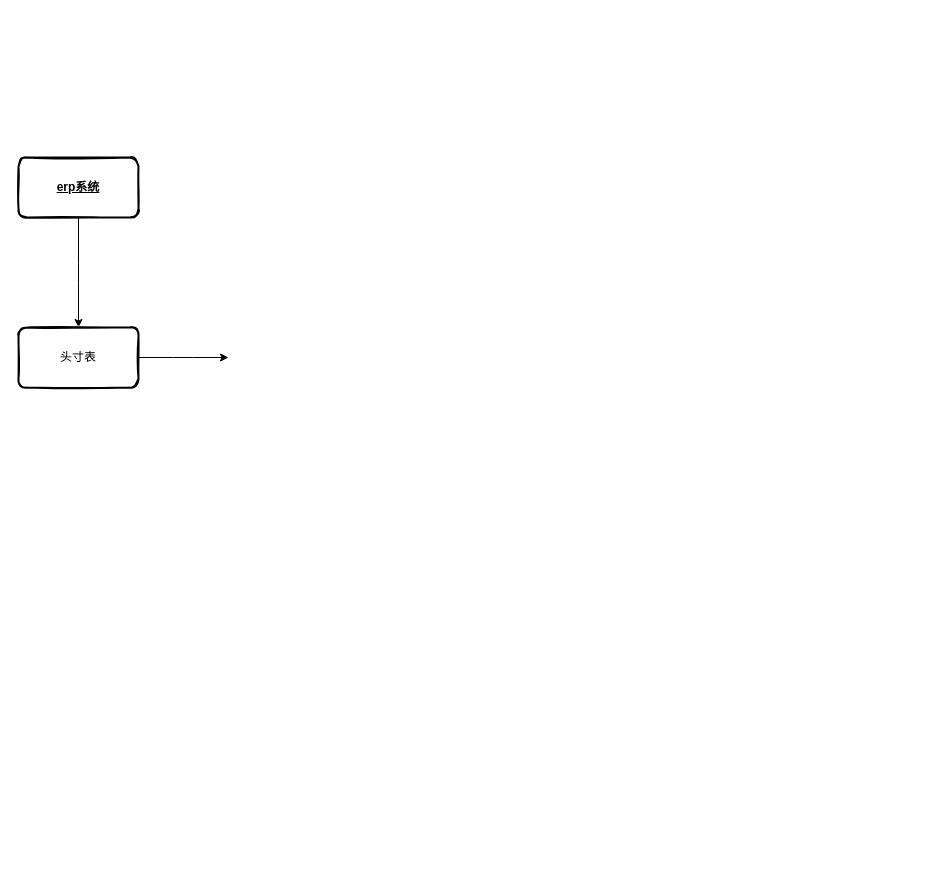
Before: 项目工程/点价通/盘面流转信息平台.drawio in lq460541033/draw_dev, a draw.io diagram. Source tidied: cells renumbered, new cells numbered last; positions are measured from the earlier drawing's top-left corner, leaving out a move shared by most shapes. Both pictures are drawn from the tidied source at 100%, with x=0, y=0 at pixel (18, 157).
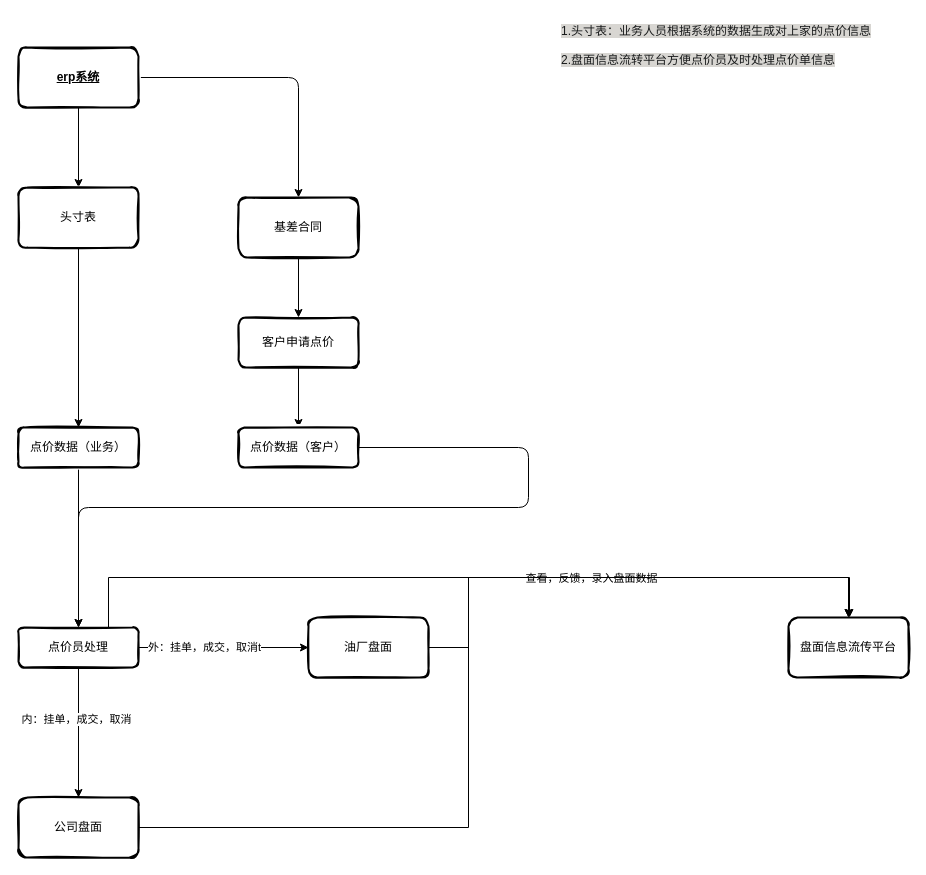
After the change.

Commit message (it also covers changes not shown here):
Update 盘面流转信息平台.drawio

What changed in the source:
```diff
@@
-    <mxCell id="2" style="edgeStyle=orthogonalEdgeStyle;curved=0;rounded=1;sketch=0;jettySize=auto;html=1;" parent="1" edge="1" source="3">
-      <mxGeometry relative="1" as="geometry">
-        <mxPoint x="60" y="170" as="targetPoint" />
-      </mxGeometry>
+    <mxCell id="2" style="edgeStyle=orthogonalEdgeStyle;curved=0;rounded=1;sketch=0;jettySize=auto;html=1;entryX=0.5;entryY=0;entryDx=0;entryDy=0;" parent="1" edge="1" source="3" target="5">
+      <mxGeometry relative="1" as="geometry" />
     </mxCell>
+    <mxCell id="6" style="edgeStyle=orthogonalEdgeStyle;curved=0;rounded=1;sketch=0;jettySize=auto;html=1;entryX=0.5;entryY=0;entryDx=0;entryDy=0;" parent="1" edge="1" source="3" target="22">
+      <mxGeometry relative="1" as="geometry" />
+    </mxCell>
     <mxCell id="3" value="&lt;b&gt;&lt;u&gt;&lt;font color=&quot;#000000&quot;&gt;erp系统&lt;/font&gt;&lt;/u&gt;&lt;/b&gt;" style="rounded=1;whiteSpace=wrap;html=1;strokeWidth=2;fillWeight=4;hachureGap=8;hachureAngle=45;sketch=1;" parent="1" vertex="1">
-      <mxGeometry width="120" height="60" as="geometry" />
+      <mxGeometry y="-110" width="120" height="60" as="geometry" />
     </mxCell>
-    <mxCell id="4" style="edgeStyle=orthogonalEdgeStyle;curved=0;rounded=1;sketch=0;jettySize=auto;html=1;" parent="1" edge="1" source="5">
-      <mxGeometry relative="1" as="geometry">
-        <mxPoint x="210" y="200" as="targetPoint" />
-      </mxGeometry>
-    </mxCell>
+    <mxCell id="7" style="edgeStyle=orthogonalEdgeStyle;curved=0;rounded=1;sketch=0;jettySize=auto;html=1;entryX=0.5;entryY=0;entryDx=0;entryDy=0;" parent="1" edge="1" source="5" target="9">
+      <mxGeometry relative="1" as="geometry" />
+    </mxCell>
     <mxCell id="5" value="头寸表" style="rounded=1;whiteSpace=wrap;html=1;strokeWidth=2;fillWeight=4;hachureGap=8;hachureAngle=45;sketch=1;" parent="1" vertex="1">
-      <mxGeometry y="170" width="120" height="60" as="geometry" />
+      <mxGeometry y="30" width="120" height="60" as="geometry" />
     </mxCell>
+    <mxCell id="8" style="edgeStyle=orthogonalEdgeStyle;curved=0;rounded=1;sketch=0;jettySize=auto;html=1;entryX=0.5;entryY=0;entryDx=0;entryDy=0;" parent="1" edge="1" source="9" target="16">
+      <mxGeometry relative="1" as="geometry" />
+    </mxCell>
+    <mxCell id="9" value="点价数据（业务）" style="rounded=1;whiteSpace=wrap;html=1;strokeWidth=2;fillWeight=4;hachureGap=8;hachureAngle=45;sketch=1;" parent="1" vertex="1">
+      <mxGeometry y="270" width="120" height="40" as="geometry" />
+    </mxCell>
+    <mxCell id="10" style="edgeStyle=orthogonalEdgeStyle;rounded=0;jettySize=auto;html=1;entryX=0.5;entryY=0;entryDx=0;entryDy=0;" parent="1" edge="1" source="16" target="27">
+      <mxGeometry relative="1" as="geometry">
+        <Array as="points">
+          <mxPoint x="90" y="420" />
+          <mxPoint x="830" y="420" />
+        </Array>
+      </mxGeometry>
+    </mxCell>
+    <mxCell id="11" value="查看，反馈，录入盘面数据" style="edgeLabel;html=1;align=center;verticalAlign=middle;" parent="10" vertex="1">
+      <mxGeometry x="0.08" relative="1" as="geometry">
+        <mxPoint x="84" as="offset" />
+      </mxGeometry>
+    </mxCell>
+    <mxCell id="12" style="edgeStyle=orthogonalEdgeStyle;rounded=0;jettySize=auto;html=1;" parent="1" edge="1" source="16" target="18">
+      <mxGeometry relative="1" as="geometry" />
+    </mxCell>
+    <mxCell id="13" value="外：挂单，成交，取消t" style="edgeLabel;html=1;align=center;verticalAlign=middle;" parent="12" vertex="1">
+      <mxGeometry x="-0.24" y="1" relative="1" as="geometry" />
+    </mxCell>
+    <mxCell id="14" style="edgeStyle=orthogonalEdgeStyle;rounded=0;jettySize=auto;html=1;entryX=0.5;entryY=0;entryDx=0;entryDy=0;" parent="1" edge="1" source="16" target="20">
+      <mxGeometry relative="1" as="geometry" />
+    </mxCell>
+    <mxCell id="15" value="内：挂单，成交，取消" style="edgeLabel;html=1;align=center;verticalAlign=middle;" parent="14" vertex="1">
+      <mxGeometry x="-0.22" y="-3" relative="1" as="geometry" />
+    </mxCell>
+    <mxCell id="16" value="点价员处理" style="rounded=1;whiteSpace=wrap;html=1;strokeWidth=2;fillWeight=4;hachureGap=8;hachureAngle=45;sketch=1;" parent="1" vertex="1">
+      <mxGeometry y="470" width="120" height="40" as="geometry" />
+    </mxCell>
+    <mxCell id="17" style="edgeStyle=orthogonalEdgeStyle;rounded=0;jettySize=auto;html=1;entryX=0.5;entryY=0;entryDx=0;entryDy=0;" parent="1" edge="1" source="18" target="27">
+      <mxGeometry relative="1" as="geometry">
+        <Array as="points">
+          <mxPoint x="450" y="490" />
+          <mxPoint x="450" y="420" />
+          <mxPoint x="830" y="420" />
+        </Array>
+      </mxGeometry>
+    </mxCell>
+    <mxCell id="18" value="油厂盘面" style="rounded=1;whiteSpace=wrap;html=1;strokeWidth=2;fillWeight=4;hachureGap=8;hachureAngle=45;sketch=1;" parent="1" vertex="1">
+      <mxGeometry x="290" y="460" width="120" height="60" as="geometry" />
+    </mxCell>
+    <mxCell id="19" style="edgeStyle=orthogonalEdgeStyle;rounded=0;jettySize=auto;html=1;entryX=0.5;entryY=0;entryDx=0;entryDy=0;exitX=1;exitY=0.5;exitDx=0;exitDy=0;" parent="1" edge="1" source="20">
+      <mxGeometry relative="1" as="geometry">
+        <mxPoint x="831" y="460" as="targetPoint" />
+        <Array as="points">
+          <mxPoint x="450" y="670" />
+          <mxPoint x="450" y="420" />
+          <mxPoint x="831" y="420" />
+        </Array>
+      </mxGeometry>
+    </mxCell>
+    <mxCell id="20" value="公司盘面" style="rounded=1;whiteSpace=wrap;html=1;strokeWidth=2;fillWeight=4;hachureGap=8;hachureAngle=45;sketch=1;" parent="1" vertex="1">
+      <mxGeometry y="640" width="120" height="60" as="geometry" />
+    </mxCell>
+    <mxCell id="21" style="edgeStyle=orthogonalEdgeStyle;curved=0;rounded=1;sketch=0;jettySize=auto;html=1;" parent="1" edge="1" source="22" target="24">
+      <mxGeometry relative="1" as="geometry" />
+    </mxCell>
+    <mxCell id="22" value="基差合同" style="rounded=1;whiteSpace=wrap;html=1;strokeWidth=2;fillWeight=4;hachureGap=8;hachureAngle=45;sketch=1;" parent="1" vertex="1">
+      <mxGeometry x="220" y="40" width="120" height="60" as="geometry" />
+    </mxCell>
+    <mxCell id="23" style="edgeStyle=orthogonalEdgeStyle;rounded=0;jettySize=auto;html=1;entryX=0.5;entryY=0;entryDx=0;entryDy=0;" parent="1" edge="1" source="24" target="26">
+      <mxGeometry relative="1" as="geometry" />
+    </mxCell>
+    <mxCell id="24" value="客户申请点价" style="rounded=1;whiteSpace=wrap;html=1;strokeWidth=2;fillWeight=4;hachureGap=8;hachureAngle=45;sketch=1;" parent="1" vertex="1">
+      <mxGeometry x="220" y="160" width="120" height="50" as="geometry" />
+    </mxCell>
+    <mxCell id="25" style="edgeStyle=orthogonalEdgeStyle;curved=0;rounded=1;sketch=0;jettySize=auto;html=1;" parent="1" edge="1" source="26" target="16">
+      <mxGeometry relative="1" as="geometry">
+        <Array as="points">
+          <mxPoint x="510" y="350" />
+          <mxPoint x="60" y="350" />
+        </Array>
+      </mxGeometry>
+    </mxCell>
+    <mxCell id="26" value="点价数据（客户）" style="rounded=1;whiteSpace=wrap;html=1;strokeWidth=2;fillWeight=4;hachureGap=8;hachureAngle=45;sketch=1;" parent="1" vertex="1">
+      <mxGeometry x="220" y="270" width="120" height="40" as="geometry" />
+    </mxCell>
+    <mxCell id="27" value="盘面信息流传平台" style="rounded=1;whiteSpace=wrap;html=1;strokeWidth=2;fillWeight=4;hachureGap=8;hachureAngle=45;sketch=1;fillColor=none;" parent="1" vertex="1">
+      <mxGeometry x="770" y="460" width="120" height="60" as="geometry" />
+    </mxCell>
+    <mxCell id="28" value="&lt;span style=&quot;color: rgb(24 , 26 , 27) ; font-family: &amp;#34;helvetica&amp;#34; ; font-size: 12px ; font-style: normal ; font-weight: 400 ; letter-spacing: normal ; text-align: center ; text-indent: 0px ; text-transform: none ; word-spacing: 0px ; background-color: rgb(216 , 214 , 210) ; display: inline ; float: none&quot;&gt;1.头寸表：业务人员根据系统的数据生成对上家的点价信息&lt;br&gt;&lt;br&gt;2.盘面信息流转平台方便点价员及时处理点价单信息&lt;br&gt;&lt;/span&gt;" style="text;whiteSpace=wrap;html=1;" parent="1" vertex="1">
+      <mxGeometry x="541" y="-140" width="340" height="30" as="geometry" />
+    </mxCell>
```
